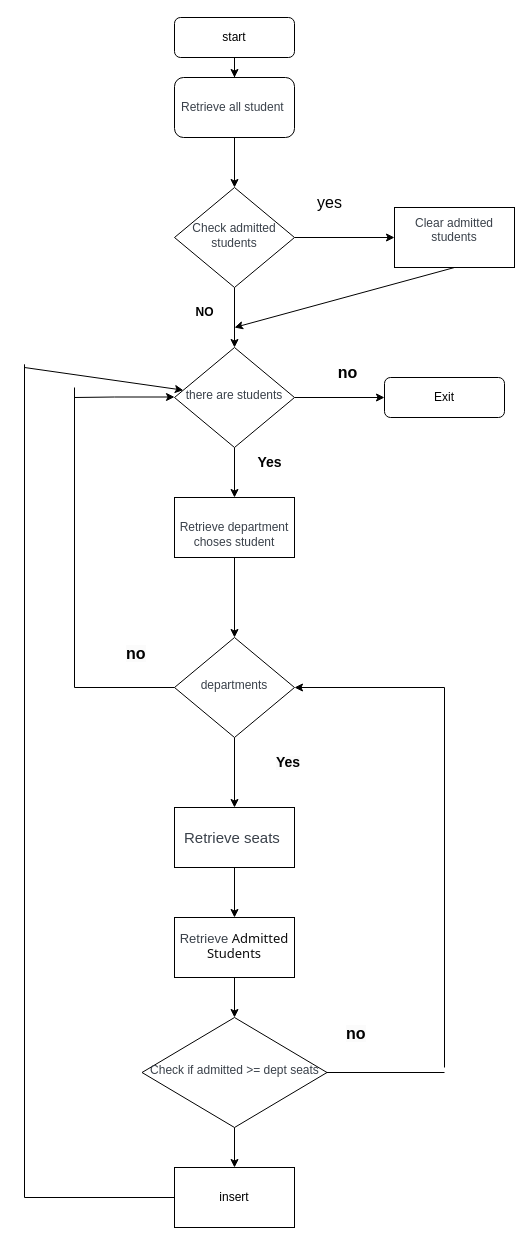
This is windows/Untitled Diagram.drawio from Mustfalharis/todo-app, a draw.io file, before an edit. Source tidied: cells renumbered, new cells numbered last; positions are measured from the earlier drawing's top-left corner, leaving out a move shared by most shapes. Both pictures are drawn from the tidied source at 100%, with x=0, y=0 at pixel (24, 17).
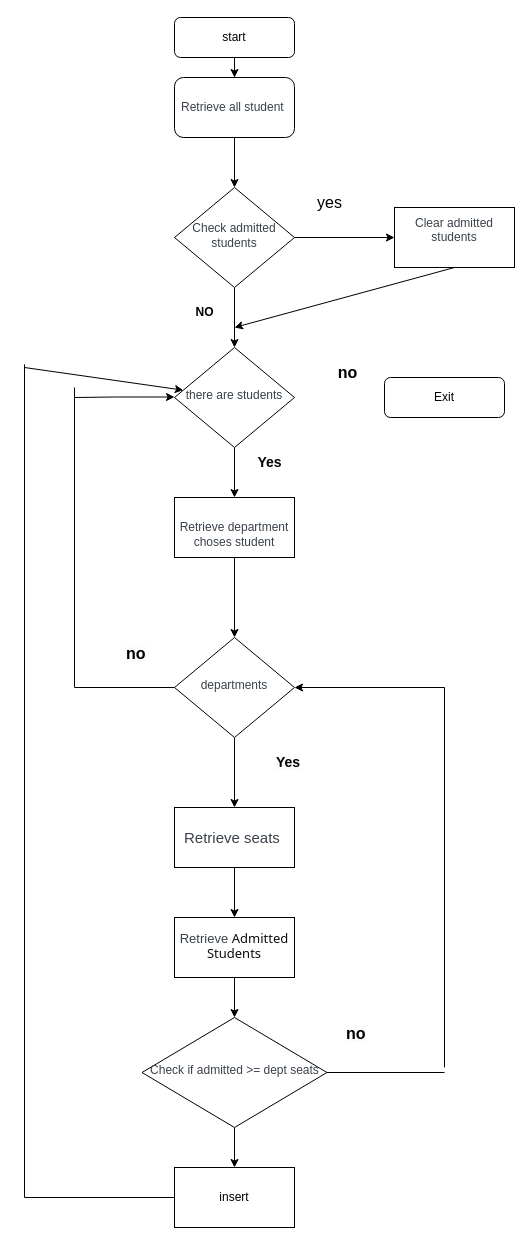
After the change.

The change refers to these unchanged cells:
```xml
<mxCell id="14" value="&lt;div style=&quot;text-align: left;&quot;&gt;&lt;font color=&quot;#3a414a&quot;&gt;there are students&lt;/font&gt;&lt;/div&gt;" style="rhombus;whiteSpace=wrap;html=1;shadow=0;fontFamily=Helvetica;fontSize=12;align=center;strokeWidth=1;spacing=6;spacingTop=-4;" parent="1" vertex="1">
  <mxGeometry x="150" y="330" width="120" height="100" as="geometry" />
</mxCell>
<mxCell id="41" value="Exit" style="rounded=1;whiteSpace=wrap;html=1;fontSize=12;glass=0;strokeWidth=1;shadow=0;" parent="1" vertex="1">
  <mxGeometry x="360" y="360" width="120" height="40" as="geometry" />
</mxCell>
```

The edit, as a diff of the source:
```diff
@@
-    <mxCell id="13" style="edgeStyle=orthogonalEdgeStyle;rounded=0;jettySize=auto;html=1;" parent="1" edge="1" source="14" target="41">
-      <mxGeometry relative="1" as="geometry" />
-    </mxCell>
```
